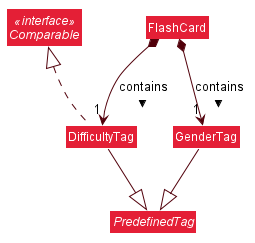
The PlantUML diagram docs/images/PredefinedTagClassDiagram.png in tjwjoe/tp, before a commit. The source it was exported from:
```plantuml
@startuml








skinparam BackgroundColor #FFFFFFF

skinparam Shadowing false

skinparam Class {
    FontColor #FFFFFF
    BorderThickness 1
    BorderColor #FFFFFF
    StereotypeFontColor #FFFFFF
    FontName Arial
}

skinparam Actor {
    BorderColor #000000
    Color #000000
    FontName Arial
}

skinparam Sequence {
    MessageAlign center
    BoxFontSize 15
    BoxPadding 0
    BoxFontColor #FFFFFF
    FontName Arial
}

skinparam Participant {
    FontColor #FFFFFFF
    Padding 20
}

skinparam MinClassWidth 50
skinparam ParticipantPadding 10
skinparam Shadowing false
skinparam DefaultTextAlignment center
skinparam packageStyle Rectangle

hide footbox
hide members
hide circle
skinparam arrowColor #51000A
skinparam classBackgroundColor #E41F36

interface Comparable <<interface>>

abstract class PredefinedTag

class GenderTag {
    {static} +MESSAGE_CONSTRAINTS
    {static} +MASCULINE_GENDER_TAG
    {static} +FEMININE_GENDER_TAG
    {static} +NEUTRAL_GENDER_TAG
    {static} +NONE_GENDER_TAG

    +isValidGenderTag(String) : boolean
}

class DifficultyTag {
    {static} +MESSAGE_CONSTRAINTS
    {static} +EASY_TAG
    {static} +MEDIUM_TAG
    {static} +HARD_TAG
    +isValidDifficultyTag(String) : boolean
}

class FlashCard

FlashCard *--> "1" DifficultyTag : > contains
FlashCard *--> "1" GenderTag : > contains
Comparable <|.. DifficultyTag
DifficultyTag --|> PredefinedTag
GenderTag --|> PredefinedTag




@enduml
```
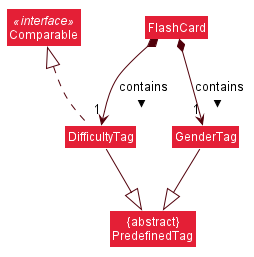
After the commit.

Commit message:
update predefinedTagClass diagram

Change to the diagram source:
```diff
@@ -50,9 +50,9 @@
 skinparam arrowColor #51000A
 skinparam classBackgroundColor #E41F36
 
-interface Comparable <<interface>>
+class Comparable <<interface>>
 
-abstract class PredefinedTag
+class "{abstract}\nPredefinedTag" as PredefinedTag
 
 class GenderTag {
     {static} +MESSAGE_CONSTRAINTS
```
